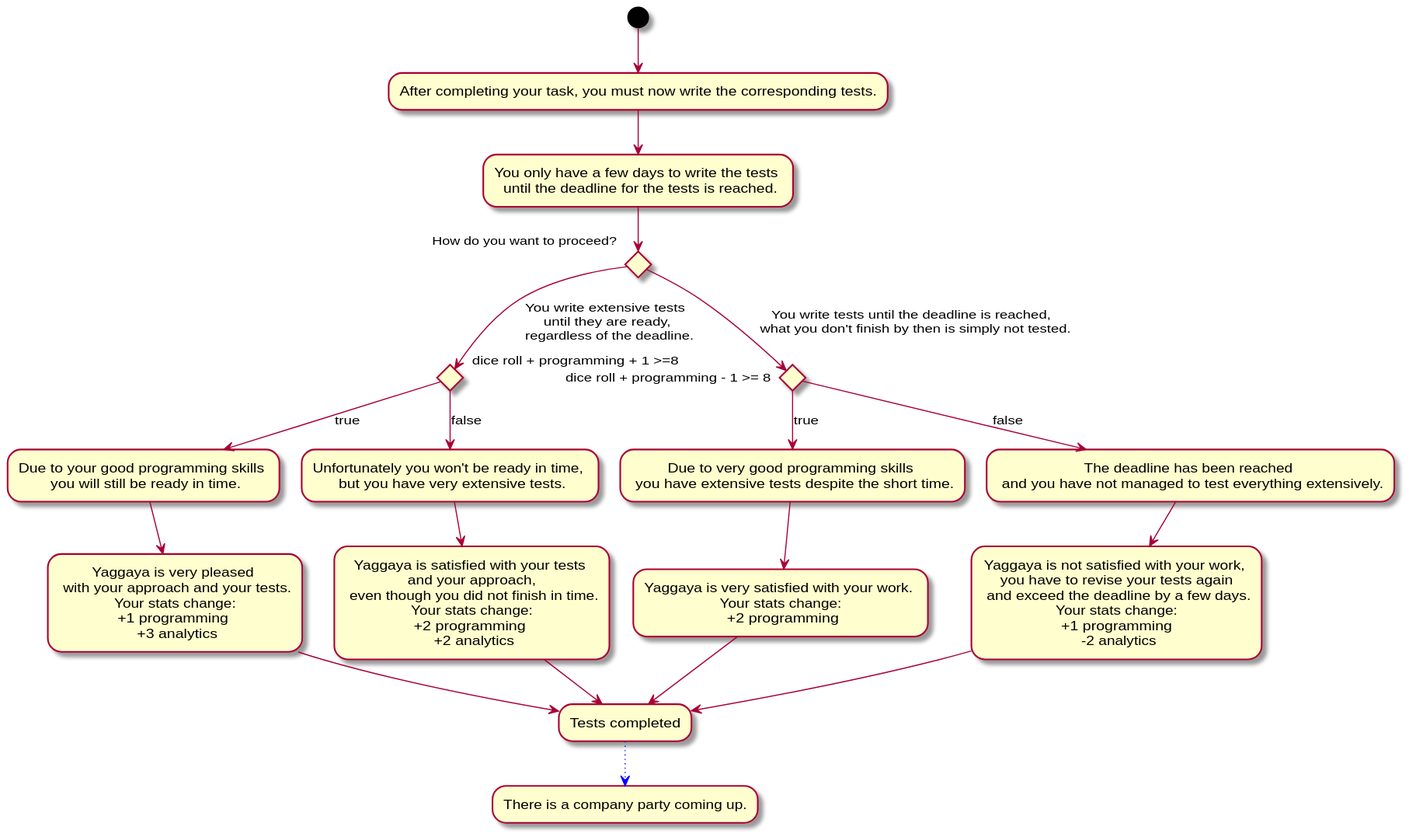
Earlier version of the PlantUML export Docs/Technical Specifications/docs/diagrams/StoryFlow/StoryFlow_Decision_5.svg (Brotenko/QualityQuest).
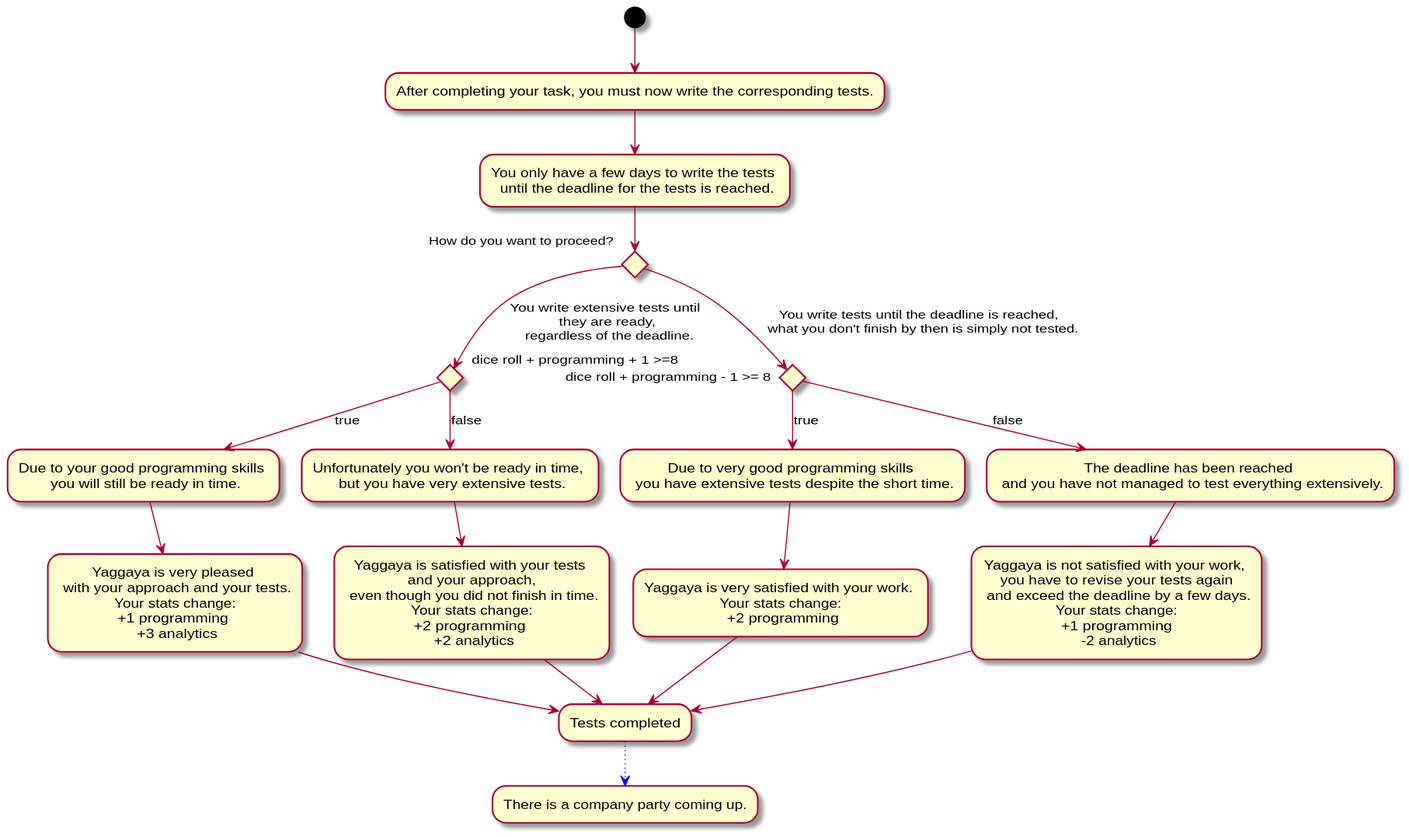
After the change.

Diff of the diagram source:
```diff
@@ -2,7 +2,7 @@
 (*) --> "After completing your task, you must now write the corresponding tests."
 --> "You only have a few days to write the tests \n until the deadline for the tests is reached."
 if "How do you want to proceed?" then
---> [You write extensive tests \n until they are ready, \n regardless of the deadline.] if "dice roll + programming + 1 >=8" then
+--> [You write extensive tests until \n they are ready, \n regardless of the deadline.] if "dice roll + programming + 1 >=8" then
 --> [true] "Due to your good programming skills \n you will still be ready in time."
 --> "Yaggaya is very pleased \n with your approach and your tests.\n Your stats change: \n+1 programming \n +3 analytics" as path1
 else
@@ -16,7 +16,6 @@
 else
 --> [false] "The deadline has been reached \n and you have not managed to test everything extensively."
 --> "Yaggaya is not satisfied with your work, \n you have to revise your tests again \n and exceed the deadline by a few days.\n Your stats change: \n +1 programming \n -2 analytics" as path4
-
 endif
 endif
 
```
